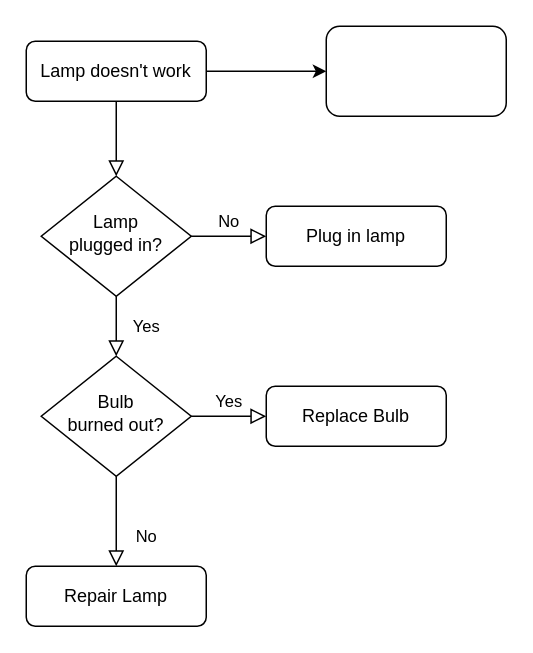
Earlier version of the draw.io diagram Untitled Diagram.drawio (legenddandan/spatialIndex). Source tidied: cells renumbered, new cells numbered last; positions are measured from the earlier drawing's top-left corner, leaving out a move shared by most shapes. Both pictures are drawn from the tidied source at 150%, with x=0, y=0 at pixel (26, 26).
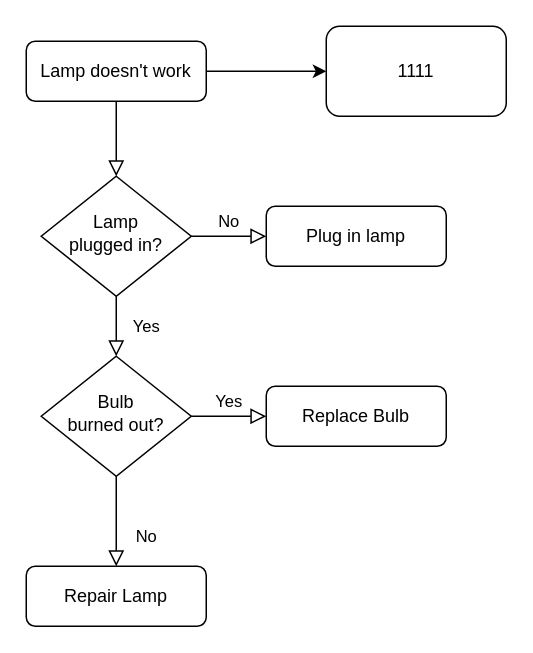
The same diagram, later.

Change to the diagram source:
```diff
@@
 <mxGraphModel>
   <root>
     <mxCell id="0" />
     <mxCell id="1" parent="0" />
     <mxCell id="2" style="rounded=0;html=1;jettySize=auto;fontSize=11;endArrow=block;endFill=0;endSize=8;strokeWidth=1;shadow=0;labelBackgroundColor=none;edgeStyle=orthogonalEdgeStyle;" parent="1" edge="1" source="4" target="7">
       <mxGeometry relative="1" as="geometry" />
     </mxCell>
     <mxCell id="3" style="edgeStyle=orthogonalEdgeStyle;rounded=0;jettySize=auto;html=1;" parent="1" edge="1" source="4" target="14">
       <mxGeometry relative="1" as="geometry" />
     </mxCell>
     <mxCell id="4" value="Lamp doesn't work" style="rounded=1;whiteSpace=wrap;html=1;fontSize=12;glass=0;strokeWidth=1;shadow=0;" parent="1" vertex="1">
       <mxGeometry y="10" width="120" height="40" as="geometry" />
     </mxCell>
     <mxCell id="5" value="Yes" style="rounded=0;html=1;jettySize=auto;fontSize=11;endArrow=block;endFill=0;endSize=8;strokeWidth=1;shadow=0;labelBackgroundColor=none;edgeStyle=orthogonalEdgeStyle;" parent="1" edge="1" source="7" target="11">
       <mxGeometry y="20" relative="1" as="geometry" />
     </mxCell>
     <mxCell id="6" value="No" style="edgeStyle=orthogonalEdgeStyle;rounded=0;html=1;jettySize=auto;fontSize=11;endArrow=block;endFill=0;endSize=8;strokeWidth=1;shadow=0;labelBackgroundColor=none;" parent="1" edge="1" source="7" target="8">
       <mxGeometry y="10" relative="1" as="geometry" />
     </mxCell>
     <mxCell id="7" value="Lamp&lt;br&gt;plugged in?" style="rhombus;whiteSpace=wrap;html=1;shadow=0;fontFamily=Helvetica;fontSize=12;align=center;strokeWidth=1;spacing=6;spacingTop=-4;" parent="1" vertex="1">
       <mxGeometry x="10" y="100" width="100" height="80" as="geometry" />
     </mxCell>
     <mxCell id="8" value="Plug in lamp" style="rounded=1;whiteSpace=wrap;html=1;fontSize=12;glass=0;strokeWidth=1;shadow=0;" parent="1" vertex="1">
       <mxGeometry x="160" y="120" width="120" height="40" as="geometry" />
     </mxCell>
     <mxCell id="9" value="No" style="rounded=0;html=1;jettySize=auto;fontSize=11;endArrow=block;endFill=0;endSize=8;strokeWidth=1;shadow=0;labelBackgroundColor=none;edgeStyle=orthogonalEdgeStyle;" parent="1" edge="1" source="11" target="12">
       <mxGeometry x="0.33" y="20" relative="1" as="geometry" />
     </mxCell>
     <mxCell id="10" value="Yes" style="edgeStyle=orthogonalEdgeStyle;rounded=0;html=1;jettySize=auto;fontSize=11;endArrow=block;endFill=0;endSize=8;strokeWidth=1;shadow=0;labelBackgroundColor=none;" parent="1" edge="1" source="11" target="13">
       <mxGeometry y="10" relative="1" as="geometry" />
     </mxCell>
     <mxCell id="11" value="Bulb&lt;br&gt;burned out?" style="rhombus;whiteSpace=wrap;html=1;shadow=0;fontFamily=Helvetica;fontSize=12;align=center;strokeWidth=1;spacing=6;spacingTop=-4;" parent="1" vertex="1">
       <mxGeometry x="10" y="220" width="100" height="80" as="geometry" />
     </mxCell>
     <mxCell id="12" value="Repair Lamp" style="rounded=1;whiteSpace=wrap;html=1;fontSize=12;glass=0;strokeWidth=1;shadow=0;" parent="1" vertex="1">
       <mxGeometry y="360" width="120" height="40" as="geometry" />
     </mxCell>
     <mxCell id="13" value="Replace Bulb" style="rounded=1;whiteSpace=wrap;html=1;fontSize=12;glass=0;strokeWidth=1;shadow=0;" parent="1" vertex="1">
       <mxGeometry x="160" y="240" width="120" height="40" as="geometry" />
     </mxCell>
-    <mxCell id="14" style="rounded=1;whiteSpace=wrap;html=1;shadow=0;strokeWidth=1;glass=0;" parent="1" vertex="1">
+    <mxCell id="14" value="1111" style="rounded=1;whiteSpace=wrap;html=1;shadow=0;strokeWidth=1;glass=0;" parent="1" vertex="1">
       <mxGeometry x="200" width="120" height="60" as="geometry" />
     </mxCell>
   </root>
 </mxGraphModel>
```
